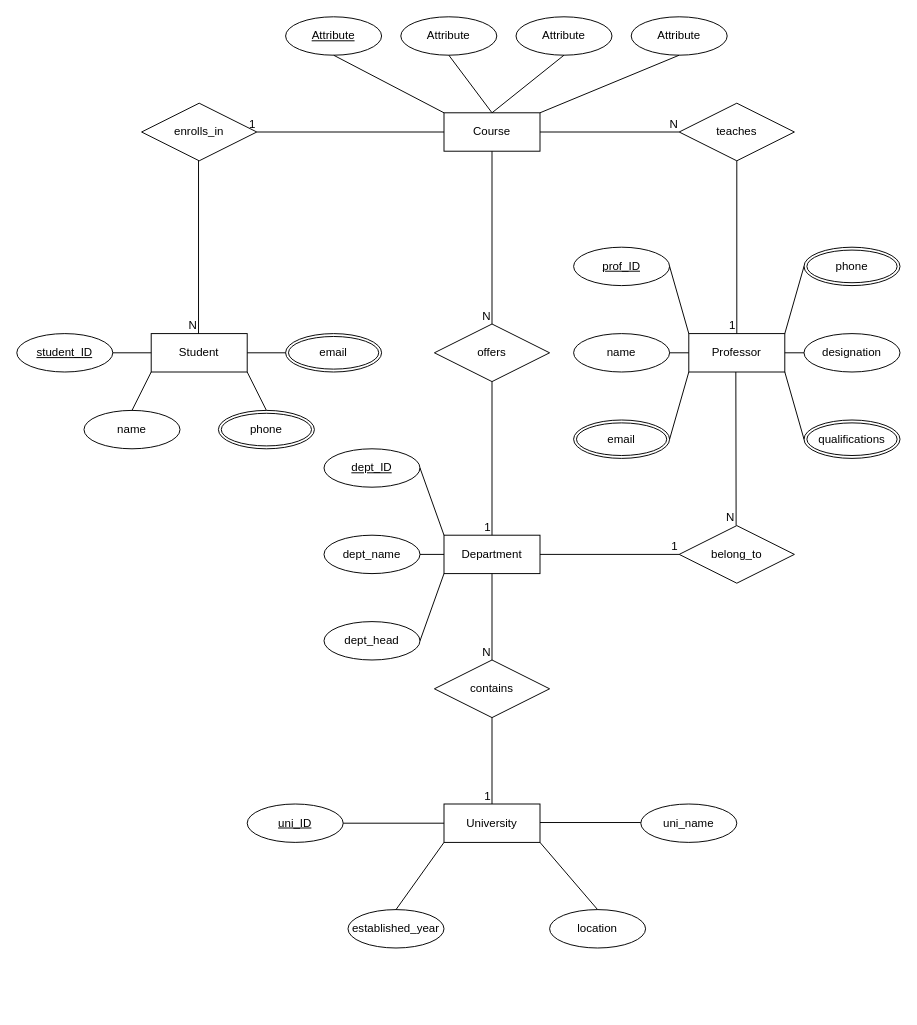
Earlier version of the draw.io diagram ERD-Modeling/2_University_System_ERD.drawio (Sudeeppp-Mishra/SE-Case-Tools). Source tidied: cells renumbered, new cells numbered last; positions are measured from the earlier drawing's top-left corner, leaving out a move shared by most shapes. Both pictures are drawn from the tidied source at 96%, with x=0, y=0 at pixel (16, 16).
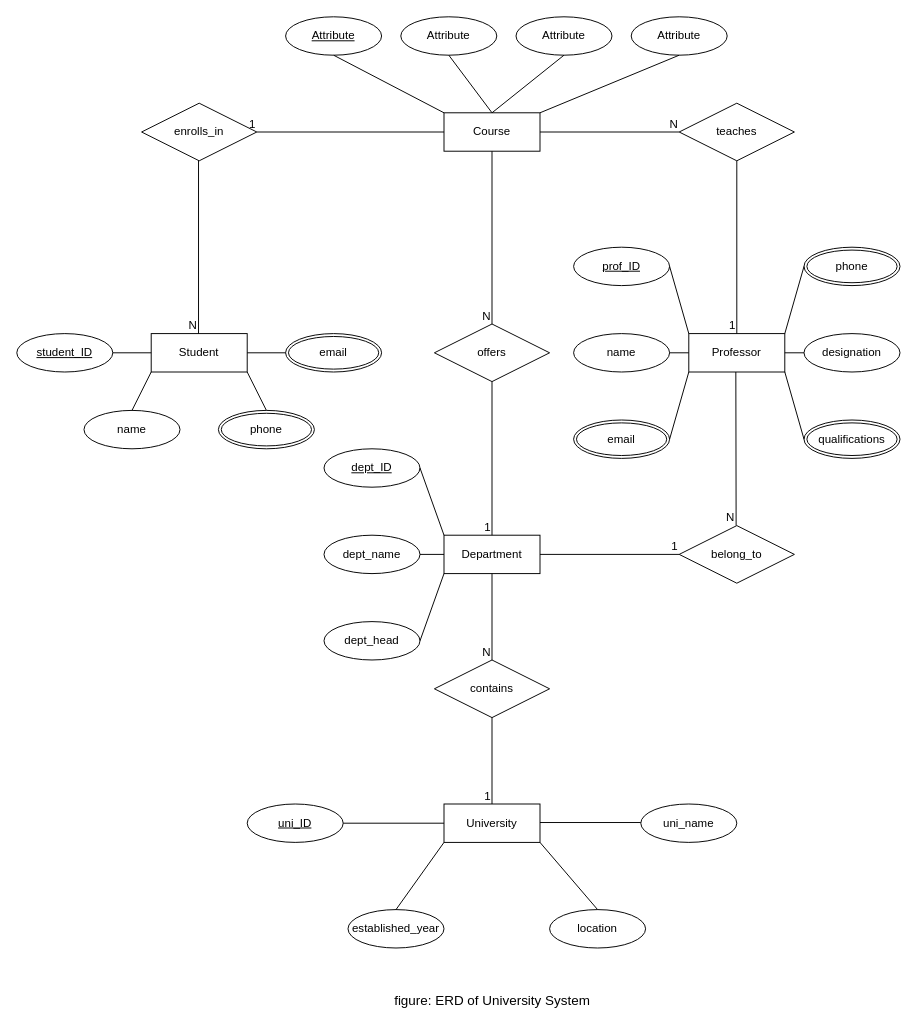
The same diagram, later.

Commit message:
refactor: add figure label to it

Diff of the diagram source:
```diff
@@
+    <mxCell id="74" value="&lt;font style=&quot;font-size: 14px;&quot;&gt;figure: ERD of University System&lt;/font&gt;" style="text;html=1;align=center;verticalAlign=middle;whiteSpace=wrap;rounded=0;" parent="1" vertex="1">
+      <mxGeometry x="318" y="1020" width="355" height="10" as="geometry" />
+    </mxCell>
```
